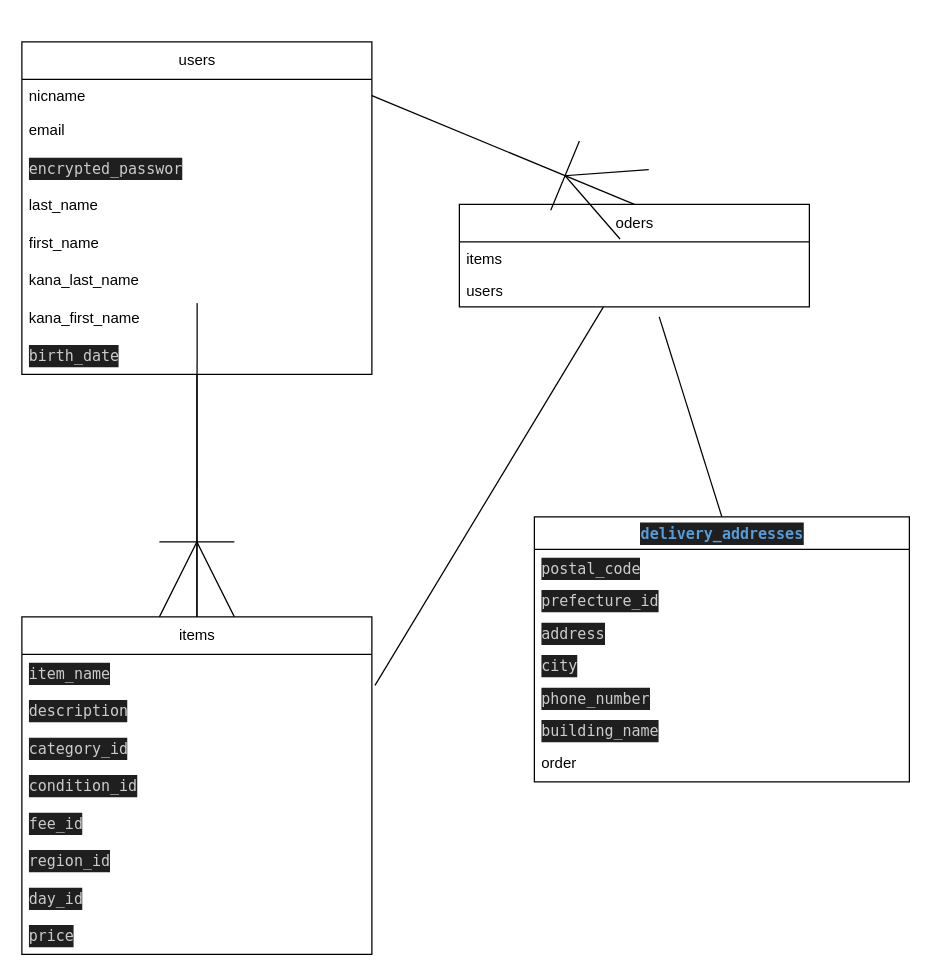
The draw.io diagram furima.dio in yosyncr/furima-39470, before the edit. Source tidied: cells renumbered, new cells numbered last; positions are measured from the earlier drawing's top-left corner, leaving out a move shared by most shapes. Both pictures are drawn from the tidied source at 125%, with x=0, y=0 at pixel (21, 41).
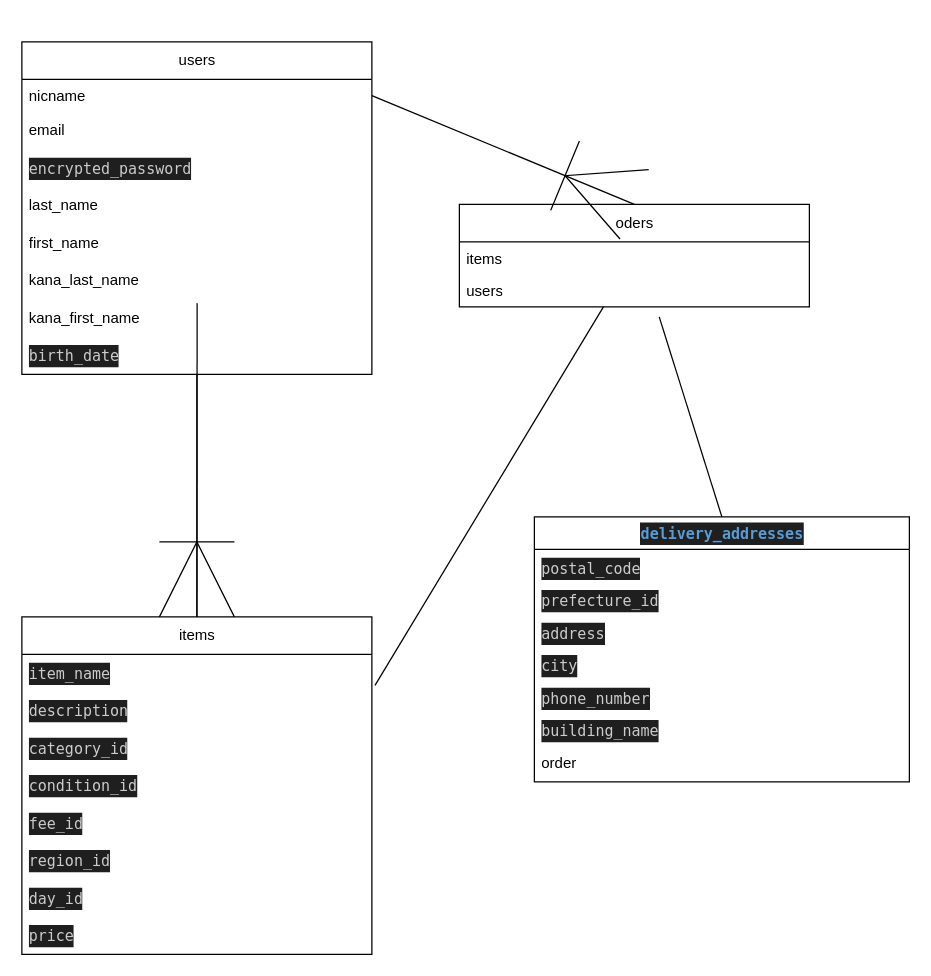
The same page after the edit.

Unchanged cells that the change refers to:
```xml
<mxCell id="3" value="users" style="swimlane;fontStyle=0;horizontal=1;startSize=30;fillColor=none;html=1;" parent="1" vertex="1">
  <mxGeometry width="280" height="266" as="geometry" />
</mxCell>
```

What changed in the source:
```diff
@@
-    <mxCell id="6" value="&lt;div style=&quot;color: rgb(204, 204, 204); background-color: rgb(31, 31, 31); font-family: Menlo, Monaco, &amp;quot;Courier New&amp;quot;, monospace; line-height: 18px;&quot;&gt;encrypted_passwor&lt;/div&gt;" style="text;strokeColor=none;fillColor=none;align=left;verticalAlign=middle;spacingLeft=4;spacingRight=4;overflow=hidden;whiteSpace=wrap;html=1;" parent="3" vertex="1">
+    <mxCell id="6" value="&lt;div style=&quot;color: rgb(204, 204, 204); background-color: rgb(31, 31, 31); font-family: Menlo, Monaco, &amp;quot;Courier New&amp;quot;, monospace; line-height: 18px;&quot;&gt;encrypted_password&lt;/div&gt;" style="text;strokeColor=none;fillColor=none;align=left;verticalAlign=middle;spacingLeft=4;spacingRight=4;overflow=hidden;whiteSpace=wrap;html=1;" parent="3" vertex="1">
       <mxGeometry y="86" width="280" height="30" as="geometry" />
     </mxCell>
```
